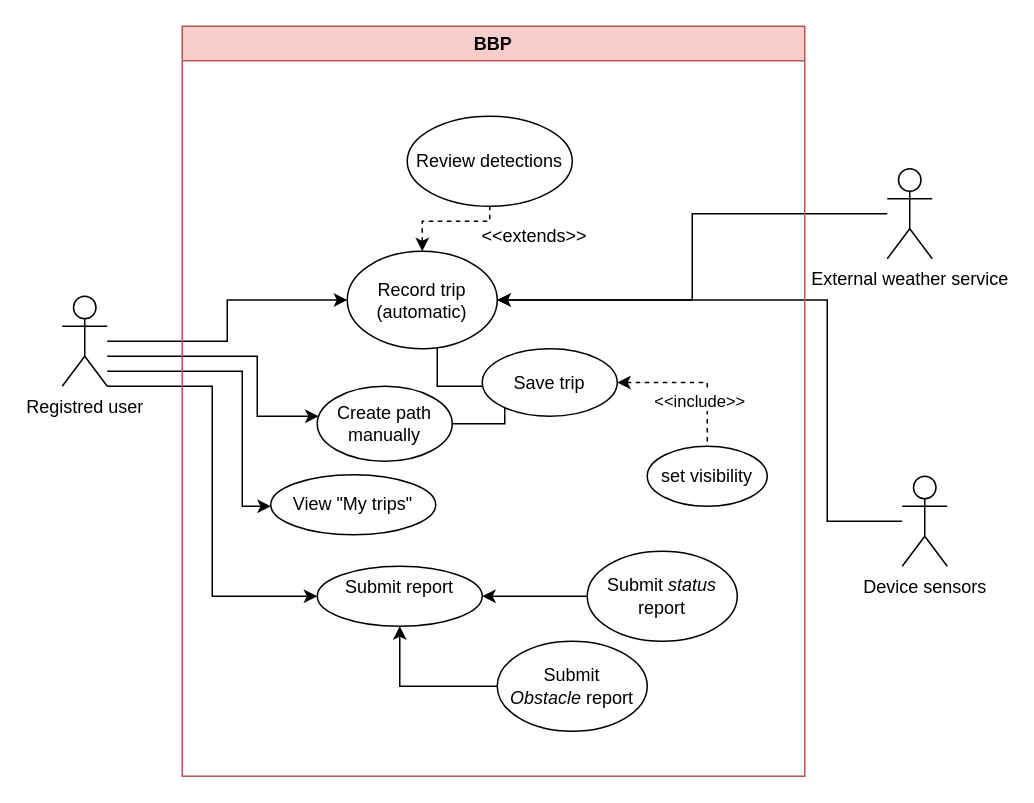
The draw.io diagram page "Registred_user" (3 of 3) of RASD/LaTeXCode/images/drawio/Use_Case_Diagram.drawio in jacopobellosi/Bellosi-Montanelli-Tempobono, before the edit. Source tidied: cells renumbered, new cells numbered last; positions are measured from the earlier drawing's top-left corner, leaving out a move shared by most shapes. Both pictures are drawn from the tidied source at 150%, with x=0, y=0 at pixel (62, 26).
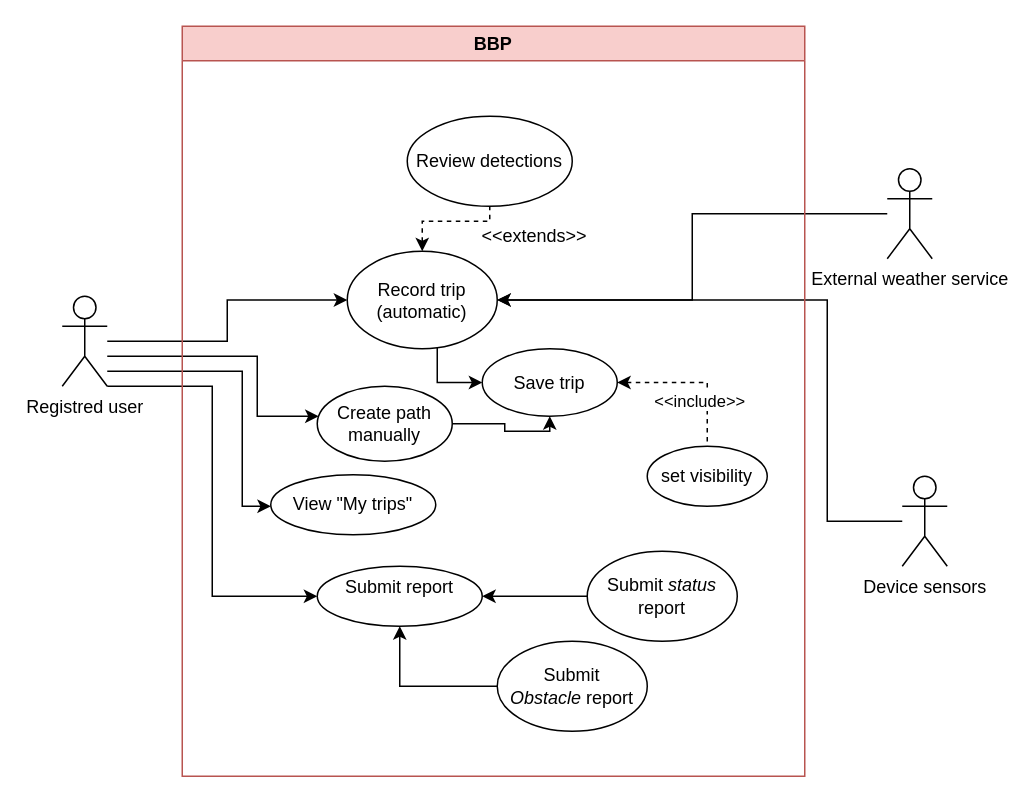
The same page after the edit.

Unchanged cells that the change refers to:
```xml
<mxCell id="13" value="Record trip&lt;br&gt;(automatic)" style="ellipse;whiteSpace=wrap;html=1;" parent="1" vertex="1">
  <mxGeometry x="190" y="150" width="100" height="65" as="geometry" />
</mxCell>
<mxCell id="15" value="Create path manually" style="ellipse;whiteSpace=wrap;html=1;" parent="1" vertex="1">
  <mxGeometry x="170" y="240" width="90" height="50" as="geometry" />
</mxCell>
<mxCell id="26" value="Save trip" style="ellipse;whiteSpace=wrap;html=1;" parent="24" vertex="1">
  <mxGeometry x="200" y="215" width="90" height="45" as="geometry" />
</mxCell>
```

What changed in the source:
```diff
@@
-    <mxCell id="12" style="edgeStyle=orthogonalEdgeStyle;rounded=0;jettySize=auto;html=1;" parent="1" edge="1" source="13">
+    <mxCell id="12" style="edgeStyle=orthogonalEdgeStyle;rounded=0;jettySize=auto;html=1;entryX=0;entryY=0.5;entryDx=0;entryDy=0;" parent="1" edge="1" source="13" target="26">
       <mxGeometry relative="1" as="geometry">
-        <mxPoint x="330" y="240" as="targetPoint" />
         <Array as="points">
-          <mxPoint x="250" y="240" />
+          <mxPoint x="250" y="238" />
+          <mxPoint x="280" y="238" />
         </Array>
       </mxGeometry>
     </mxCell>
@@
-    <mxCell id="14" style="edgeStyle=orthogonalEdgeStyle;rounded=0;jettySize=auto;html=1;" parent="1" edge="1" source="15">
+    <mxCell id="14" style="edgeStyle=orthogonalEdgeStyle;rounded=0;jettySize=auto;html=1;entryX=0.5;entryY=1;entryDx=0;entryDy=0;" parent="1" edge="1" source="15" target="26">
       <mxGeometry relative="1" as="geometry">
-        <mxPoint x="330" y="240" as="targetPoint" />
         <Array as="points">
           <mxPoint x="295" y="265" />
-          <mxPoint x="295" y="240" />
-          <mxPoint x="330" y="240" />
+          <mxPoint x="295" y="270" />
+          <mxPoint x="325" y="270" />
         </Array>
       </mxGeometry>
     </mxCell>
```
